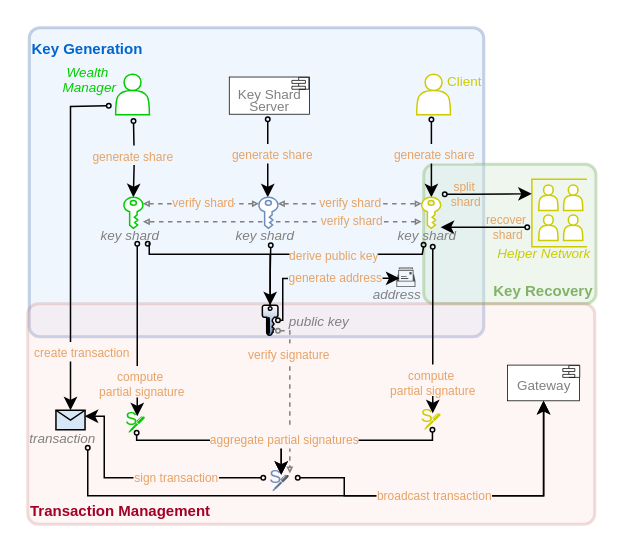
Before: page "txn-sign-tech" (4 of 13) of drawio-diagrams/wallet_architecture.drawio in dlt-science/crypto-mpc-wallet-bloom, a draw.io diagram. Source tidied: cells renumbered, new cells numbered last; positions are measured from the earlier drawing's top-left corner, leaving out a move shared by most shapes. Both pictures are drawn from the tidied source at 150%, with x=0, y=0 at pixel (27, 27).
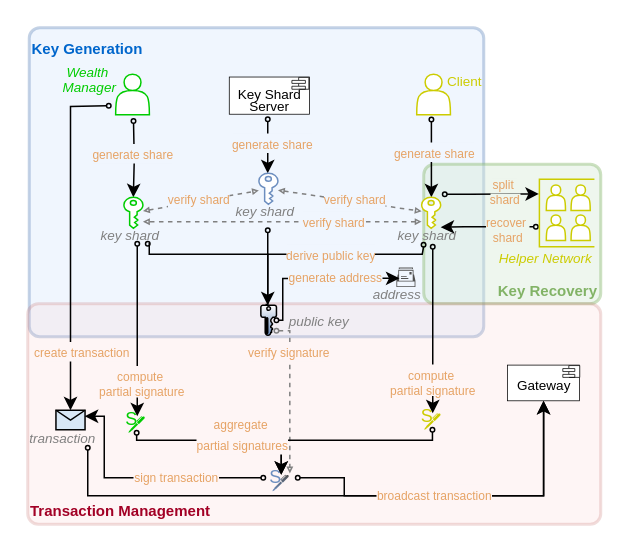
The same diagram, later.

Unchanged cells that the change refers to:
```xml
<mxCell id="7" style="edgeStyle=orthogonalEdgeStyle;rounded=0;jettySize=auto;html=1;startArrow=oval;startFill=0;startSize=3;exitX=0.428;exitY=1.109;exitDx=0;exitDy=0;exitPerimeter=0;strokeColor=default;" parent="1" edge="1" target="19">
  <mxGeometry relative="1" as="geometry">
    <mxPoint x="70.5" y="62.2" as="sourcePoint" />
  </mxGeometry>
</mxCell>
<mxCell id="9" style="edgeStyle=orthogonalEdgeStyle;rounded=0;jettySize=auto;html=1;startArrow=oval;startFill=0;startSize=3;exitX=0.467;exitY=1.014;exitDx=0;exitDy=0;exitPerimeter=0;strokeColor=default;" parent="1" edge="1" target="23">
  <mxGeometry relative="1" as="geometry">
    <mxPoint x="269.1" y="61.2" as="sourcePoint" />
    <Array as="points">
      <mxPoint x="269" y="61" />
    </Array>
  </mxGeometry>
</mxCell>
<mxCell id="19" value="&lt;font color=&quot;#808080&quot; style=&quot;font-size: 9px;&quot;&gt;&lt;i style=&quot;&quot;&gt;key shard&lt;/i&gt;&lt;/font&gt;" style="sketch=0;shadow=0;dashed=0;html=1;strokeColor=#00CC00;fillColor=#FFFFFF;labelPosition=center;verticalLabelPosition=bottom;verticalAlign=top;outlineConnect=0;align=center;shape=mxgraph.office.security.key_permissions;rotation=0;spacing=0;fontSize=10;spacingTop=-6;spacingLeft=-5;" parent="1" vertex="1">
  <mxGeometry x="64.1" y="113" width="12.7" height="20.7" as="geometry" />
</mxCell>
<mxCell id="23" value="&lt;font color=&quot;#808080&quot; style=&quot;font-size: 9px;&quot;&gt;&lt;i style=&quot;&quot;&gt;key shard&lt;/i&gt;&lt;/font&gt;" style="sketch=0;shadow=0;dashed=0;html=1;strokeColor=#CCCC00;fillColor=#FFFFFF;labelPosition=center;verticalLabelPosition=bottom;verticalAlign=top;outlineConnect=0;align=center;shape=mxgraph.office.security.key_permissions;rotation=0;spacing=0;fontSize=10;spacingTop=-6;spacingLeft=-5;" parent="1" vertex="1">
  <mxGeometry x="262.6" y="113" width="12.7" height="20.7" as="geometry" />
</mxCell>
<mxCell id="68" style="edgeStyle=orthogonalEdgeStyle;rounded=0;jettySize=auto;html=1;startArrow=oval;startFill=0;startSize=3;strokeColor=default;" parent="1" edge="1" source="33" target="44">
  <mxGeometry relative="1" as="geometry">
    <Array as="points">
      <mxPoint x="270" y="275" />
      <mxPoint x="169" y="275" />
    </Array>
  </mxGeometry>
</mxCell>
```

The edit, as a diff of the source:
```diff
@@
     <mxCell id="3" value="&lt;font style=&quot;font-size: 10px;&quot; color=&quot;#82b366&quot;&gt;&lt;span style=&quot;text-wrap-mode: nowrap;&quot;&gt;&lt;b style=&quot;&quot;&gt;Key Recovery&lt;/b&gt;&lt;/span&gt;&lt;/font&gt;" style="rounded=1;whiteSpace=wrap;html=1;absoluteArcSize=1;arcSize=14;strokeWidth=2;fillColor=#d5e8d4;strokeColor=#82b366;opacity=40;rotation=0;align=right;verticalAlign=bottom;spacingBottom=0;spacingRight=0;spacingLeft=0;" parent="1" vertex="1">
-      <mxGeometry x="264" y="91" width="114.8" height="93" as="geometry" />
+      <mxGeometry x="264" y="91" width="118" height="93" as="geometry" />
     </mxCell>
-    <mxCell id="4" style="edgeStyle=orthogonalEdgeStyle;rounded=0;orthogonalLoop=1;jettySize=auto;html=1;startArrow=oval;startFill=0;startSize=3;strokeColor=default;" parent="1" edge="1">
+    <mxCell id="4" style="edgeStyle=orthogonalEdgeStyle;rounded=0;jettySize=auto;html=1;startArrow=oval;startFill=0;startSize=3;strokeColor=default;exitX=-0.064;exitY=0.702;exitDx=0;exitDy=0;exitPerimeter=0;" parent="1" edge="1" source="5">
       <mxGeometry relative="1" as="geometry">
-        <mxPoint x="333" y="133" as="sourcePoint" />
         <mxPoint x="275.3" y="133" as="targetPoint" />
         <Array as="points">
-          <mxPoint x="291" y="133" />
           <mxPoint x="291" y="133" />
         </Array>
       </mxGeometry>
     </mxCell>
     <mxCell id="5" style="strokeWidth=1;html=1;shape=mxgraph.flowchart.annotation_1;align=left;rotation=0;strokeColor=#CCCC00;" parent="1" vertex="1">
-      <mxGeometry x="336.1" y="101" width="36.7" height="45" as="geometry" />
+      <mxGeometry x="341.1" y="101" width="36.7" height="45" as="geometry" />
     </mxCell>
     <mxCell id="6" value="&lt;b style=&quot;color: rgb(162, 0, 37); caret-color: rgb(0, 0, 0); text-wrap: nowrap;&quot;&gt;&lt;font style=&quot;font-size: 10px;&quot;&gt;Transaction Management&lt;/font&gt;&lt;/b&gt;" style="rounded=1;whiteSpace=wrap;html=1;absoluteArcSize=1;arcSize=14;strokeWidth=2;fillColor=#f8cecc;strokeColor=#b85450;opacity=20;rotation=0;align=left;verticalAlign=bottom;spacingBottom=0;labelBackgroundColor=none;spacing=2;" parent="1" vertex="1">
-      <mxGeometry y="184" width="378" height="147" as="geometry" />
+      <mxGeometry y="184" width="382" height="147" as="geometry" />
     </mxCell>
@@
     <mxCell id="8" value="&lt;font style=&quot;font-size: 8px;&quot; color=&quot;#e6a365&quot;&gt;generate&amp;nbsp;&lt;/font&gt;&lt;span style=&quot;color: rgb(230, 163, 101); font-size: 8px;&quot;&gt;share&lt;/span&gt;" style="edgeLabel;html=1;align=center;verticalAlign=middle;labelBackgroundColor=#F0F6FE;" parent="7" vertex="1">
       <mxGeometry x="-0.24" y="-1" relative="1" as="geometry">
-        <mxPoint y="2" as="offset" />
+        <mxPoint y="1" as="offset" />
       </mxGeometry>
     </mxCell>
@@
     <mxCell id="10" value="&lt;font style=&quot;font-size: 8px;&quot; color=&quot;#e6a365&quot;&gt;generate&amp;nbsp;&lt;/font&gt;&lt;span style=&quot;color: rgb(230, 163, 101); font-size: 8px;&quot;&gt;share&lt;/span&gt;" style="edgeLabel;html=1;align=center;verticalAlign=middle;labelBackgroundColor=#F0F6FE;" parent="9" vertex="1">
       <mxGeometry x="-0.24" y="-1" relative="1" as="geometry">
-        <mxPoint x="2" y="2" as="offset" />
+        <mxPoint x="2" y="1" as="offset" />
       </mxGeometry>
     </mxCell>
@@
-    <mxCell id="16" value="&lt;font color=&quot;#808080&quot; style=&quot;line-height: 0%; font-size: 9px;&quot;&gt;Key Shard&lt;/font&gt;&lt;div style=&quot;line-height: 0%;&quot;&gt;&lt;font color=&quot;#808080&quot; style=&quot;font-size: 9px;&quot;&gt;Server&lt;/font&gt;&lt;/div&gt;" style="rounded=0;whiteSpace=wrap;html=1;strokeColor=none;" parent="1" vertex="1">
+    <mxCell id="16" value="&lt;font style=&quot;line-height: 0%; font-size: 9px;&quot;&gt;Key Shard&lt;/font&gt;&lt;div style=&quot;line-height: 0%;&quot;&gt;&lt;font style=&quot;font-size: 9px;&quot;&gt;Server&lt;/font&gt;&lt;/div&gt;" style="rounded=0;whiteSpace=wrap;html=1;strokeColor=none;" parent="1" vertex="1">
       <mxGeometry x="135.8" y="45.8" width="51.3" height="0.9" as="geometry" />
     </mxCell>
-    <mxCell id="17" style="edgeStyle=orthogonalEdgeStyle;rounded=0;jettySize=auto;html=1;endSize=2;endArrow=block;endFill=0;startArrow=block;startFill=0;startSize=2;dashed=1;strokeColor=#808080;" parent="1" edge="1" target="53">
-      <mxGeometry relative="1" as="geometry">
-        <mxPoint x="76.8" y="117.3" as="sourcePoint" />
-        <Array as="points">
-          <mxPoint x="133" y="117" />
-          <mxPoint x="133" y="117" />
-        </Array>
-      </mxGeometry>
-    </mxCell>
-    <mxCell id="18" value="&lt;span style=&quot;font-size: 8px;&quot;&gt;&lt;font color=&quot;#e6a365&quot;&gt;verify shard&lt;/font&gt;&lt;/span&gt;" style="edgeLabel;html=1;align=center;verticalAlign=middle;labelBackgroundColor=#F0F6FE;" parent="17" vertex="1">
-      <mxGeometry x="-0.15" relative="1" as="geometry">
-        <mxPoint x="7" y="-2" as="offset" />
-      </mxGeometry>
-    </mxCell>
@@
-    <mxCell id="20" style="edgeStyle=orthogonalEdgeStyle;rounded=0;jettySize=auto;html=1;endSize=2;endArrow=block;endFill=0;startArrow=block;startFill=0;startSize=2;dashed=1;strokeColor=#808080;" parent="1" edge="1" source="53">
-      <mxGeometry relative="1" as="geometry">
-        <mxPoint x="262.6" y="117.3" as="targetPoint" />
-        <Array as="points">
-          <mxPoint x="215" y="118" />
-        </Array>
-      </mxGeometry>
-    </mxCell>
-    <mxCell id="21" value="&lt;span style=&quot;font-size: 8px;&quot;&gt;&lt;font color=&quot;#e6a365&quot;&gt;verify shard&lt;/font&gt;&lt;/span&gt;" style="edgeLabel;html=1;align=center;verticalAlign=middle;labelBackgroundColor=#F0F6FE;" parent="20" vertex="1">
-      <mxGeometry x="-0.07" relative="1" as="geometry">
-        <mxPoint x="3" y="-2" as="offset" />
-      </mxGeometry>
-    </mxCell>
@@
     <mxCell id="24" style="sketch=0;shadow=0;html=1;strokeColor=#000000;labelPosition=center;verticalLabelPosition=bottom;verticalAlign=bottom;align=center;fillColor=#FFFFFF;shape=mxgraph.mscae.enterprise.key_permissions;rotation=0;spacingTop=0;spacing=1;spacingBottom=0;textDirection=ltr;spacingRight=-8;horizontal=1;gradientColor=#6C8EBF;" parent="1" vertex="1">
-      <mxGeometry x="156.4" y="185" width="10.4" height="20" as="geometry" />
+      <mxGeometry x="155.4" y="185" width="10.4" height="20" as="geometry" />
     </mxCell>
@@
     <mxCell id="45" style="shape=actor;whiteSpace=wrap;html=1;strokeWidth=1;strokeColor=#CCCC00;" parent="1" vertex="1">
-      <mxGeometry x="340.7" y="104.8" width="12.8" height="17" as="geometry" />
+      <mxGeometry x="345.7" y="104.8" width="12.8" height="17" as="geometry" />
     </mxCell>
     <mxCell id="46" style="shape=actor;whiteSpace=wrap;html=1;strokeWidth=1;strokeColor=#CCCC00;" parent="1" vertex="1">
-      <mxGeometry x="340.7" y="124.8" width="12.8" height="17" as="geometry" />
+      <mxGeometry x="345.7" y="124.8" width="12.8" height="17" as="geometry" />
     </mxCell>
     <mxCell id="47" style="shape=actor;whiteSpace=wrap;html=1;strokeWidth=1;strokeColor=#CCCC00;" parent="1" vertex="1">
-      <mxGeometry x="357.2" y="104.8" width="12.8" height="17" as="geometry" />
+      <mxGeometry x="362.2" y="104.8" width="12.8" height="17" as="geometry" />
     </mxCell>
     <mxCell id="48" style="shape=actor;whiteSpace=wrap;html=1;strokeWidth=1;strokeColor=#CCCC00;" parent="1" vertex="1">
-      <mxGeometry x="357.2" y="124.8" width="12.8" height="17" as="geometry" />
+      <mxGeometry x="362.2" y="124.8" width="12.8" height="17" as="geometry" />
     </mxCell>
-    <mxCell id="49" style="edgeStyle=orthogonalEdgeStyle;rounded=0;orthogonalLoop=1;jettySize=auto;html=1;entryX=-0.003;entryY=0.371;entryDx=0;entryDy=0;entryPerimeter=0;startArrow=oval;startFill=0;startSize=3;strokeColor=default;" parent="1" edge="1">
+    <mxCell id="49" style="edgeStyle=orthogonalEdgeStyle;rounded=0;jettySize=auto;html=1;entryX=-0.009;entryY=0.217;entryDx=0;entryDy=0;entryPerimeter=0;startArrow=oval;startFill=0;startSize=3;strokeColor=default;" parent="1" edge="1" target="5">
       <mxGeometry relative="1" as="geometry">
         <mxPoint x="278" y="111" as="sourcePoint" />
-        <mxPoint x="336" y="110.7" as="targetPoint" />
         <Array as="points">
           <mxPoint x="295" y="111" />
         </Array>
       </mxGeometry>
     </mxCell>
     <mxCell id="50" value="&lt;font color=&quot;#cccc00&quot;&gt;&lt;font style=&quot;line-height: 30%; font-size: 9px;&quot;&gt;&lt;span style=&quot;line-height: 30%;&quot;&gt;&lt;i style=&quot;&quot;&gt;Helper N&lt;/i&gt;&lt;/span&gt;&lt;/font&gt;&lt;i style=&quot;font-size: 9px; background-color: initial;&quot;&gt;etwork&lt;/i&gt;&lt;/font&gt;" style="text;html=1;align=center;verticalAlign=middle;strokeColor=none;fillColor=none;" parent="1" vertex="1">
-      <mxGeometry x="304.1" y="136.7" width="80" height="26" as="geometry" />
+      <mxGeometry x="305.1" y="139.7" width="80" height="26" as="geometry" />
     </mxCell>
-    <mxCell id="51" value="&lt;font style=&quot;font-size: 11px; line-height: 40%;&quot; color=&quot;#e6a365&quot;&gt;&lt;span style=&quot;font-size: 8px; line-height: 40%;&quot;&gt;recover&amp;nbsp;&lt;/span&gt;&lt;/font&gt;&lt;div style=&quot;line-height: 40%;&quot;&gt;&lt;span style=&quot;font-size: 8px; color: rgb(230, 163, 101); background-color: initial; line-height: 40%;&quot;&gt;shard&lt;/span&gt;&lt;/div&gt;" style="text;html=1;align=center;verticalAlign=middle;strokeColor=none;fillColor=none;" parent="1" vertex="1">
-      <mxGeometry x="296.8" y="114" width="47" height="31" as="geometry" />
-    </mxCell>
@@
     <mxCell id="53" value="&lt;i style=&quot;&quot;&gt;&lt;font color=&quot;#808080&quot; style=&quot;font-size: 9px;&quot;&gt;key shard&lt;/font&gt;&lt;/i&gt;" style="sketch=0;shadow=0;dashed=0;html=1;strokeColor=#6C8EBF;fillColor=#FFFFFF;labelPosition=center;verticalLabelPosition=bottom;verticalAlign=top;outlineConnect=0;align=center;shape=mxgraph.office.security.key_permissions;rotation=0;spacing=0;fontSize=10;spacingTop=-6;spacingLeft=-5;" parent="1" vertex="1">
-      <mxGeometry x="154.1" y="113" width="12.7" height="20.7" as="geometry" />
+      <mxGeometry x="154.1" y="97" width="12.7" height="20.7" as="geometry" />
     </mxCell>
     <mxCell id="54" value="&lt;span style=&quot;font-size: 8px;&quot;&gt;&lt;font color=&quot;#e6a365&quot;&gt;verify shard&lt;/font&gt;&lt;/span&gt;" style="edgeLabel;html=1;align=center;verticalAlign=middle;labelBackgroundColor=#F0F6FE;" parent="1" vertex="1">
-      <mxGeometry x="215" y="127" as="geometry" />
+      <mxGeometry x="203" y="128" as="geometry" />
     </mxCell>
@@
-    <mxCell id="60" value="&lt;font color=&quot;#808080&quot; style=&quot;font-size: 9px;&quot;&gt;Gateway&lt;/font&gt;" style="rounded=0;whiteSpace=wrap;html=1;strokeColor=none;" parent="1" vertex="1">
+    <mxCell id="60" value="&lt;font style=&quot;font-size: 9px;&quot;&gt;Gateway&lt;/font&gt;" style="rounded=0;whiteSpace=wrap;html=1;strokeColor=none;" parent="1" vertex="1">
       <mxGeometry x="323" y="237.8" width="43" height="0.9" as="geometry" />
     </mxCell>
@@
-    <mxCell id="65" value="&lt;font style=&quot;font-size: 11px; line-height: 40%;&quot; color=&quot;#e6a365&quot;&gt;&lt;span style=&quot;font-size: 8px; line-height: 40%;&quot;&gt;split&amp;nbsp;&lt;/span&gt;&lt;/font&gt;&lt;div style=&quot;line-height: 40%;&quot;&gt;&lt;span style=&quot;font-size: 8px; color: rgb(230, 163, 101); background-color: initial; line-height: 40%;&quot;&gt;shard&lt;/span&gt;&lt;/div&gt;" style="text;html=1;align=center;verticalAlign=middle;strokeColor=none;fillColor=none;" parent="1" vertex="1">
-      <mxGeometry x="273" y="92" width="38" height="31" as="geometry" />
-    </mxCell>
@@
-    <mxCell id="69" value="&lt;font color=&quot;#e6a365&quot; style=&quot;font-size: 8px; line-height: 3.2px;&quot;&gt;aggregate&amp;nbsp;&lt;/font&gt;&lt;span style=&quot;color: rgb(230, 163, 101); font-size: 8px; line-height: 3.2px;&quot;&gt;partial&amp;nbsp;&lt;/span&gt;&lt;span style=&quot;color: rgb(230, 163, 101); font-size: 8px;&quot;&gt;signatures&lt;/span&gt;" style="edgeLabel;html=1;align=center;verticalAlign=middle;labelBackgroundColor=#FEF5F5;" parent="68" vertex="1">
+    <mxCell id="69" value="&lt;font color=&quot;#e6a365&quot; style=&quot;font-size: 8px; line-height: 3.2px;&quot;&gt;aggregate&amp;nbsp;&lt;/font&gt;&lt;div&gt;&lt;span style=&quot;color: rgb(230, 163, 101); font-size: 8px; line-height: 3.2px;&quot;&gt;partial&amp;nbsp;&lt;/span&gt;&lt;span style=&quot;color: rgb(230, 163, 101); font-size: 8px;&quot;&gt;signatures&lt;/span&gt;&lt;/div&gt;" style="edgeLabel;html=1;align=center;verticalAlign=middle;labelBackgroundColor=#FEF5F5;" parent="68" vertex="1">
       <mxGeometry x="0.23" y="1" relative="1" as="geometry">
-        <mxPoint x="-26" y="-3" as="offset" />
+        <mxPoint x="-54" y="-6" as="offset" />
       </mxGeometry>
     </mxCell>
-    <mxCell id="70" style="edgeStyle=orthogonalEdgeStyle;rounded=0;jettySize=auto;html=1;exitX=0.5;exitY=0;exitDx=0;exitDy=0;exitPerimeter=0;endArrow=oval;endFill=0;startSize=3;endSize=3;strokeColor=default;" parent="1" edge="1" source="24">
+    <mxCell id="70" style="edgeStyle=orthogonalEdgeStyle;rounded=0;orthogonalLoop=1;jettySize=auto;html=1;endArrow=oval;endFill=0;startSize=3;endSize=3;strokeColor=default;" parent="1" edge="1">
       <mxGeometry relative="1" as="geometry">
-        <mxPoint x="162" y="145" as="targetPoint" />
+        <mxPoint x="159" y="184" as="sourcePoint" />
+        <mxPoint x="160" y="135" as="targetPoint" />
+        <Array as="points">
+          <mxPoint x="159" y="185" />
+          <mxPoint x="160" y="185" />
+        </Array>
       </mxGeometry>
     </mxCell>
-    <mxCell id="71" style="edgeStyle=orthogonalEdgeStyle;rounded=0;jettySize=auto;html=1;startArrow=oval;startFill=0;startSize=3;endArrow=classic;endFill=1;entryX=0.5;entryY=0;entryDx=0;entryDy=0;entryPerimeter=0;strokeColor=default;" parent="1" edge="1" target="24">
+    <mxCell id="71" style="edgeStyle=orthogonalEdgeStyle;rounded=0;orthogonalLoop=1;jettySize=auto;html=1;startArrow=oval;startFill=0;startSize=3;endArrow=classic;endFill=1;strokeColor=default;" parent="1" edge="1">
       <mxGeometry relative="1" as="geometry">
         <mxPoint x="80" y="144" as="sourcePoint" />
+        <mxPoint x="160" y="185" as="targetPoint" />
         <Array as="points">
           <mxPoint x="81" y="144" />
           <mxPoint x="81" y="151" />
-          <mxPoint x="162" y="151" />
+          <mxPoint x="160" y="151" />
+          <mxPoint x="160" y="185" />
         </Array>
       </mxGeometry>
     </mxCell>
     <mxCell id="72" style="edgeStyle=orthogonalEdgeStyle;rounded=0;jettySize=auto;html=1;startArrow=oval;startFill=0;startSize=3;endArrow=none;endFill=0;exitX=-0.001;exitY=0.577;exitDx=0;exitDy=0;exitPerimeter=0;strokeColor=default;" parent="1" edge="1" source="3">
       <mxGeometry relative="1" as="geometry">
-        <mxPoint x="162" y="151" as="targetPoint" />
+        <mxPoint x="160" y="151" as="targetPoint" />
         <Array as="points">
           <mxPoint x="263" y="146" />
           <mxPoint x="263" y="151" />
           <mxPoint x="168" y="151" />
         </Array>
       </mxGeometry>
     </mxCell>
@@
+    <mxCell id="74" style="endArrow=block;startArrow=block;html=1;rounded=0;startFill=0;endFill=0;dashed=1;endSize=2;startSize=2;strokeColor=#808080;" parent="1" edge="1" source="19" target="53">
+      <mxGeometry relative="1" as="geometry" />
+    </mxCell>
+    <mxCell id="75" value="&lt;font color=&quot;#e6a365&quot; style=&quot;font-size: 8px;&quot;&gt;verify shard&lt;/font&gt;" style="edgeLabel;html=1;align=center;verticalAlign=middle;labelBackgroundColor=#F0F6FE;rotation=0;" parent="74" vertex="1">
+      <mxGeometry x="-0.19" relative="1" as="geometry">
+        <mxPoint x="5" y="-3" as="offset" />
+      </mxGeometry>
+    </mxCell>
+    <mxCell id="76" style="endArrow=block;startArrow=block;html=1;rounded=0;startFill=0;endFill=0;dashed=1;endSize=2;startSize=2;strokeColor=#808080;" parent="1" edge="1" source="53" target="23">
+      <mxGeometry relative="1" as="geometry" />
+    </mxCell>
+    <mxCell id="77" value="&lt;font color=&quot;#e6a365&quot; style=&quot;font-size: 8px;&quot;&gt;verify shard&lt;/font&gt;" style="edgeLabel;html=1;align=center;verticalAlign=middle;labelBackgroundColor=#F0F6FE;rotation=0;" parent="76" vertex="1">
+      <mxGeometry x="0.04" y="1" relative="1" as="geometry">
+        <mxPoint x="1" y="-1" as="offset" />
+      </mxGeometry>
+    </mxCell>
+    <mxCell id="51" value="&lt;font style=&quot;font-size: 11px; line-height: 4.4px;&quot; color=&quot;#e6a365&quot;&gt;&lt;span style=&quot;font-size: 8px; line-height: 3.2px; background-color: rgb(238, 246, 238);&quot;&gt;recover&amp;nbsp;&lt;/span&gt;&lt;/font&gt;&lt;div style=&quot;line-height: 4.8px;&quot;&gt;&lt;span style=&quot;font-size: 8px; color: rgb(230, 163, 101); line-height: 3.2px; background-color: rgb(238, 246, 238);&quot;&gt;shard&lt;/span&gt;&lt;/div&gt;" style="text;html=1;align=center;verticalAlign=middle;strokeColor=none;fillColor=none;" parent="1" vertex="1">
+      <mxGeometry x="296.7" y="116.8" width="47" height="31" as="geometry" />
+    </mxCell>
+    <mxCell id="65" value="&lt;font style=&quot;font-size: 11px; line-height: 4.4px;&quot; color=&quot;#e6a365&quot;&gt;&lt;span style=&quot;font-size: 8px; line-height: 3.2px; background-color: rgb(238, 246, 238);&quot;&gt;split&amp;nbsp;&lt;/span&gt;&lt;/font&gt;&lt;div style=&quot;line-height: 4.8px;&quot;&gt;&lt;span style=&quot;font-size: 8px; color: rgb(230, 163, 101); line-height: 3.2px; background-color: rgb(238, 246, 238);&quot;&gt;shard&lt;/span&gt;&lt;/div&gt;" style="text;html=1;align=center;verticalAlign=middle;strokeColor=none;fillColor=none;" parent="1" vertex="1">
+      <mxGeometry x="299.2" y="91" width="38" height="31" as="geometry" />
+    </mxCell>
```
